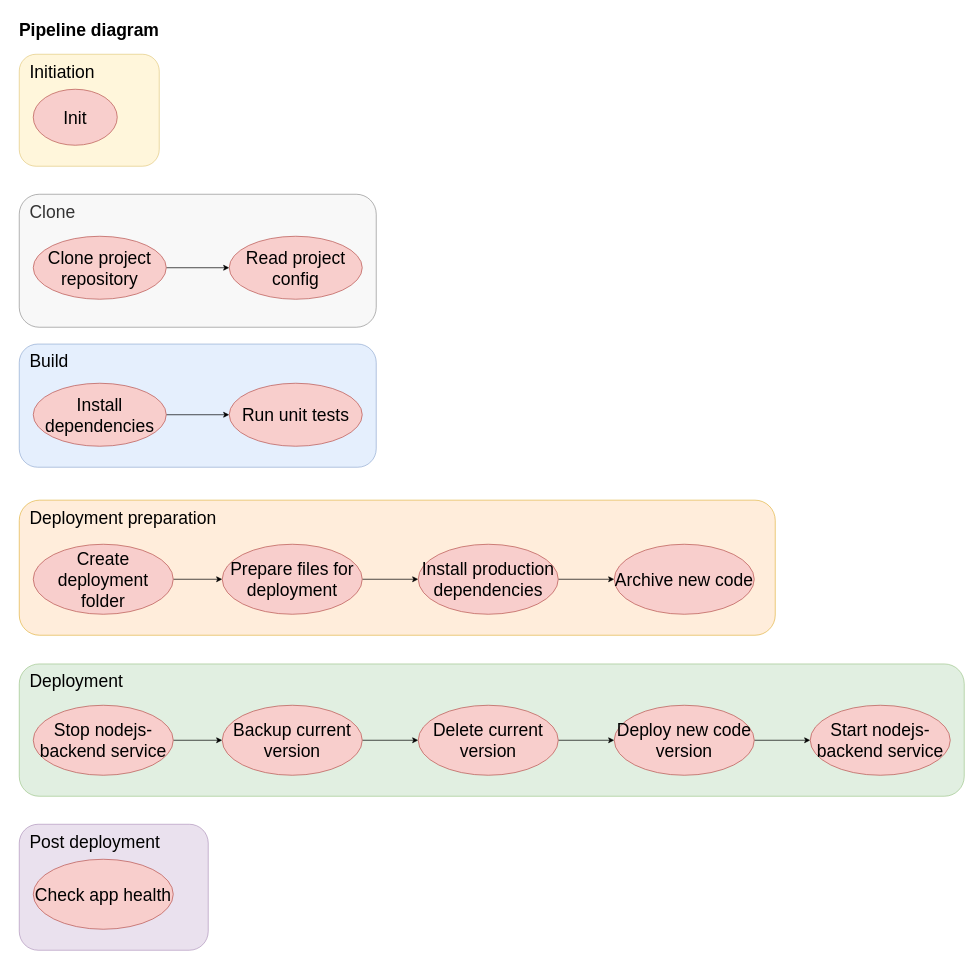
Above: diagrams/pipeline-diagram.drawio in DomnMihai/jenkins-pipeline-tutorial__configuration (draw.io), before the change. Source tidied: cells renumbered, new cells numbered last; positions are measured from the earlier drawing's top-left corner, leaving out a move shared by most shapes. Both pictures are drawn from the tidied source at 70%, with x=0, y=0 at pixel (12, 12).
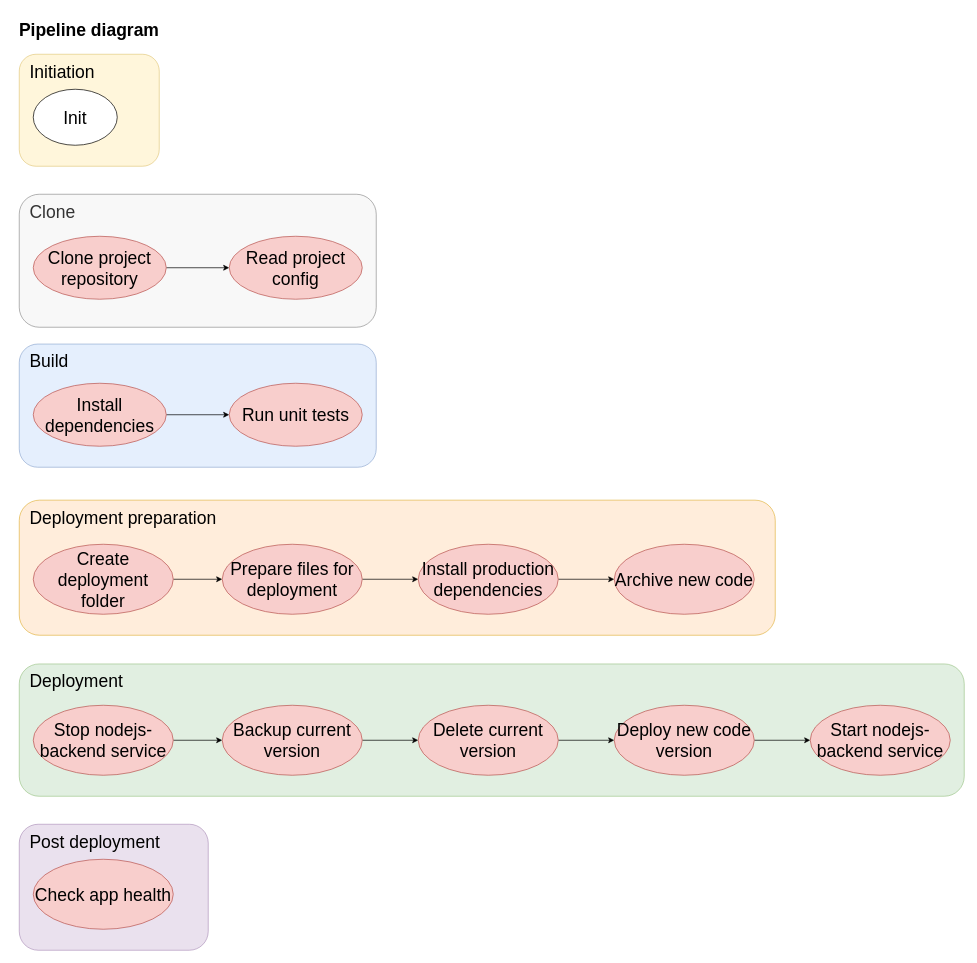
The same page after the edit.

Commit message:
Completed Init stage Load shared library

The edit, as a diff of the source:
```diff
@@
-    <mxCell id="9" value="Init" style="ellipse;whiteSpace=wrap;html=1;fontSize=25;fillColor=#f8cecc;strokeColor=#b85450;" parent="1" vertex="1">
+    <mxCell id="9" value="Init" style="ellipse;whiteSpace=wrap;html=1;fontSize=25;" parent="1" vertex="1">
       <mxGeometry x="30" y="110" width="120" height="80" as="geometry" />
     </mxCell>
```
